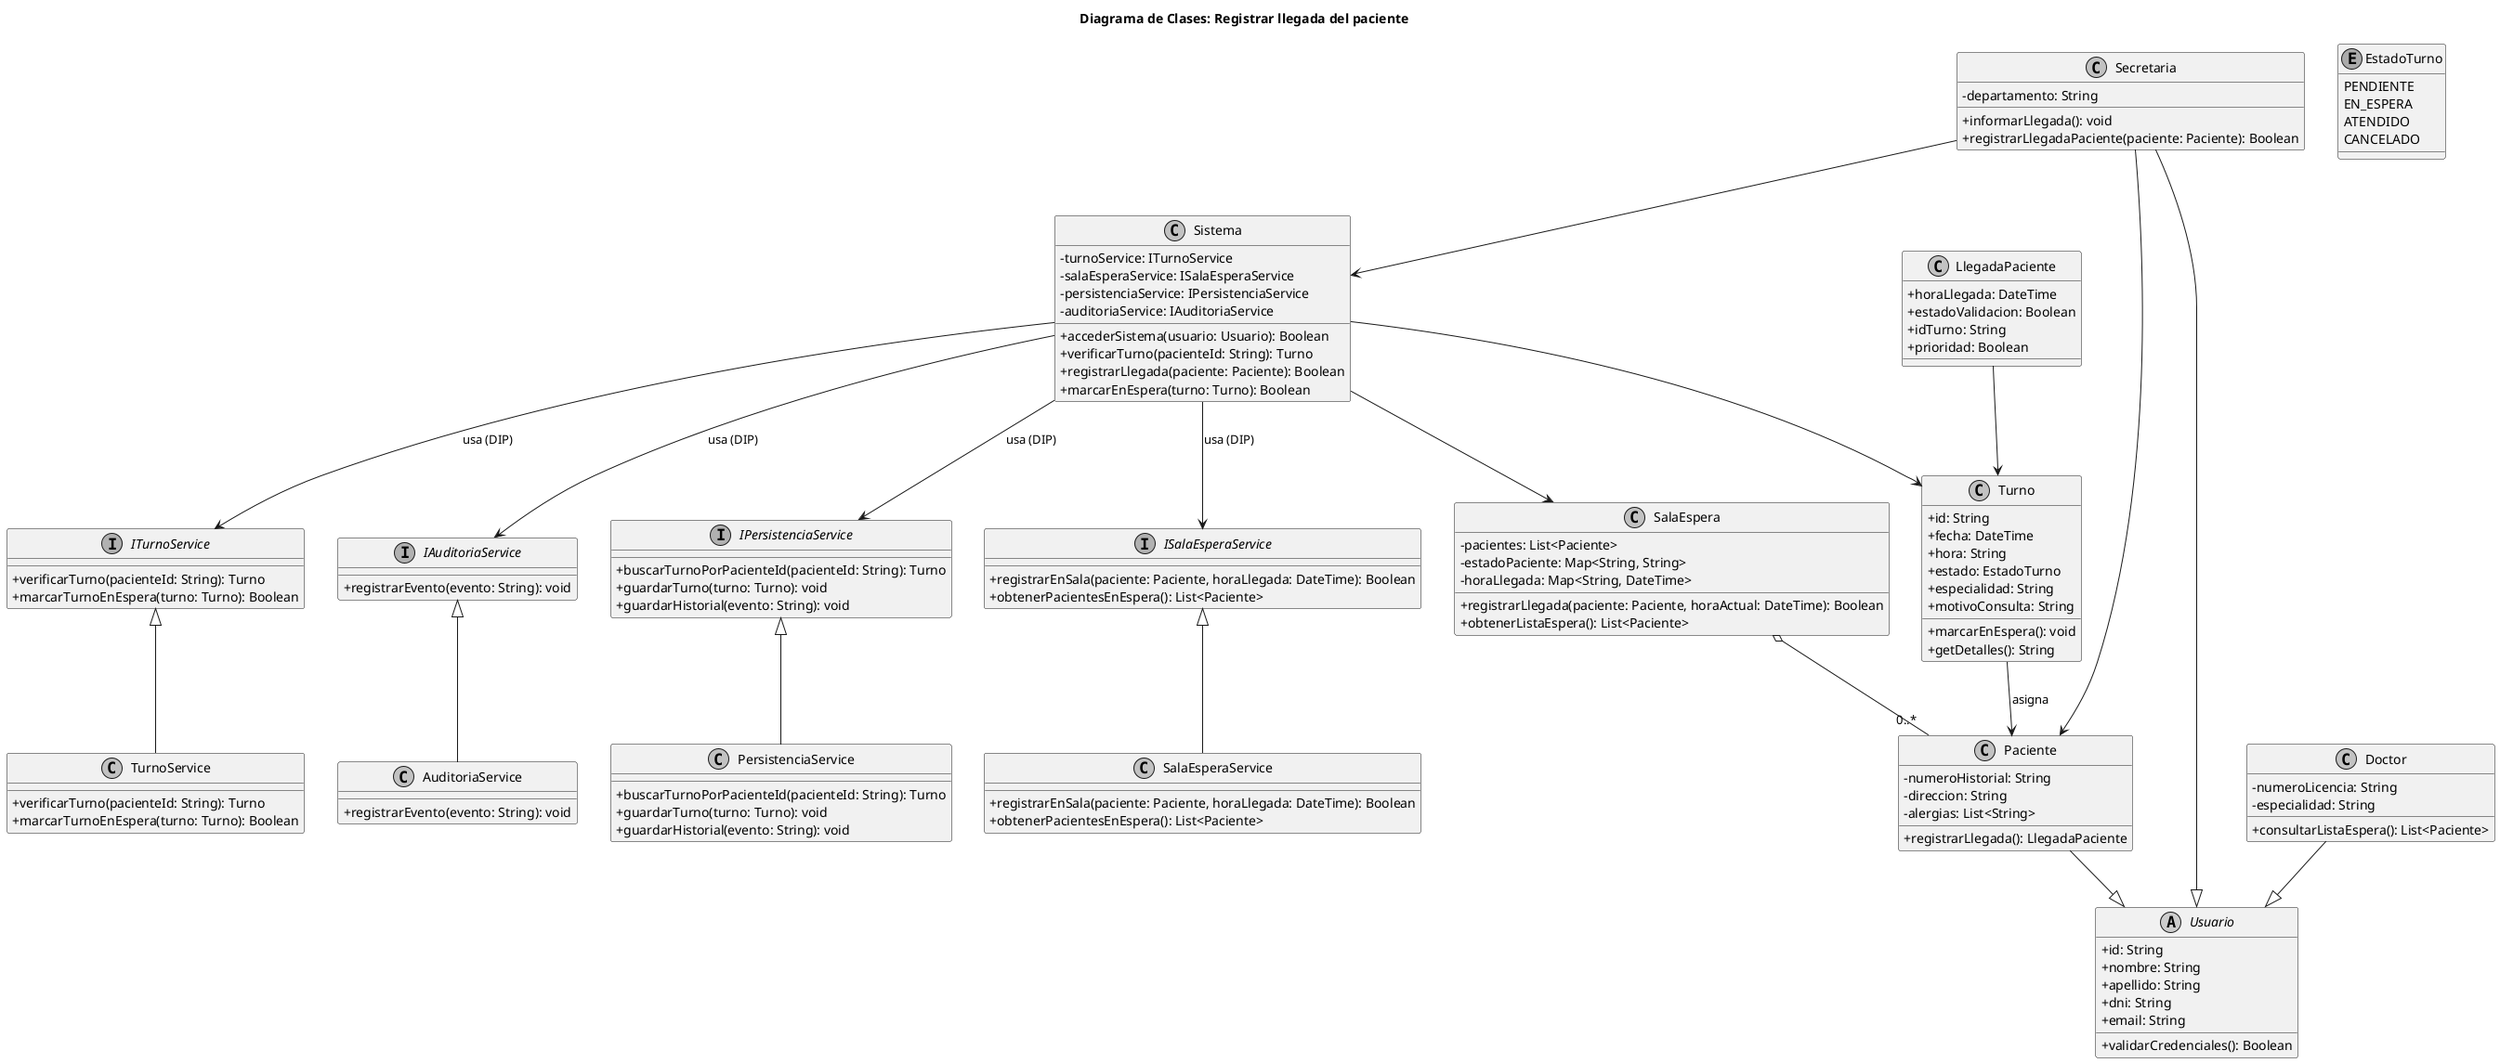
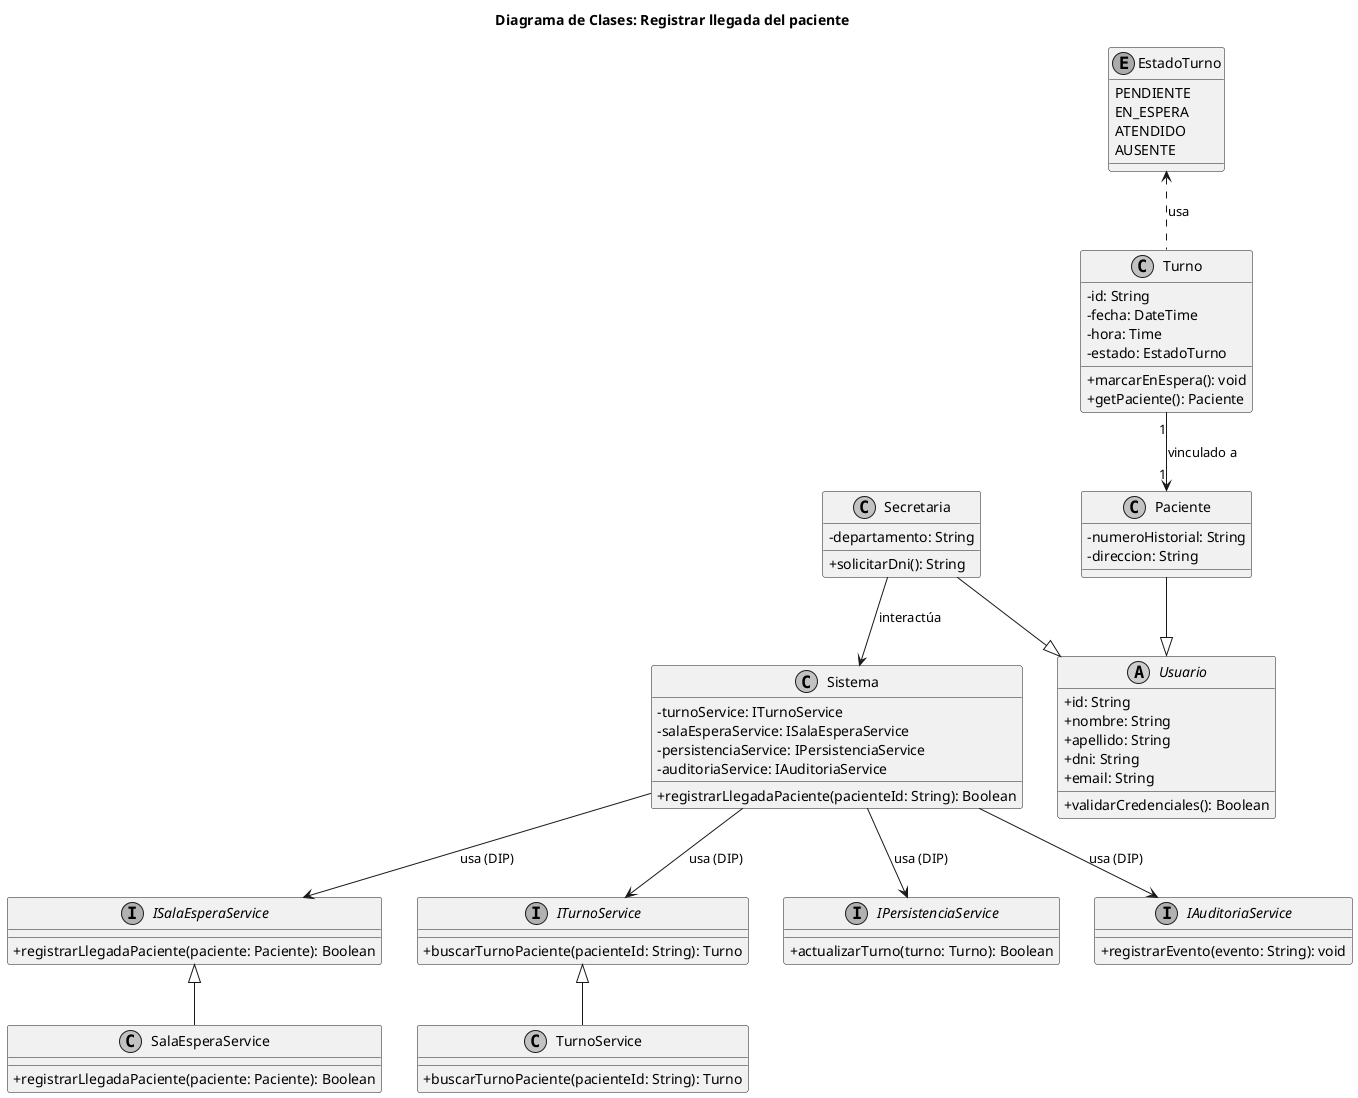
@startuml 02-clases-registrar-llegada-02
title Diagrama de Clases: Registrar llegada del paciente

skinparam classAttributeIconSize 0
skinparam monochrome true

abstract class Usuario {
    +id: String
    +nombre: String
    +apellido: String
    +dni: String
    +email: String
    +validarCredenciales(): Boolean
}

class Paciente {
    -numeroHistorial: String
    -direccion: String
-     -alergias: List<String>
-     +registrarLlegada(): LlegadaPaciente
}

class Secretaria {
    -departamento: String
-     +informarLlegada(): void
-     +registrarLlegadaPaciente(paciente: Paciente): Boolean
+     +solicitarDni(): String
}

- class Doctor {
-     -numeroLicencia: String
-     -especialidad: String
-     +consultarListaEspera(): List<Paciente>
+ class Turno {
+     -id: String
+     -fecha: DateTime
+     -hora: Time
+     -estado: EstadoTurno
+     +marcarEnEspera(): void
+     +getPaciente(): Paciente
}

enum EstadoTurno {
    PENDIENTE
    EN_ESPERA
    ATENDIDO
-     CANCELADO
- }
- 
- class Turno {
-     +id: String
-     +fecha: DateTime
-     +hora: String
-     +estado: EstadoTurno
-     +especialidad: String
-     +motivoConsulta: String
-     +marcarEnEspera(): void
-     +getDetalles(): String
- }
- 
- class SalaEspera {
-     -pacientes: List<Paciente>
-     -estadoPaciente: Map<String, String>
-     -horaLlegada: Map<String, DateTime>
-     +registrarLlegada(paciente: Paciente, horaActual: DateTime): Boolean
-     +obtenerListaEspera(): List<Paciente>
- }
- 
- class LlegadaPaciente {
-     +horaLlegada: DateTime
-     +estadoValidacion: Boolean
-     +idTurno: String
-     +prioridad: Boolean
+     AUSENTE
}

interface ITurnoService {
-     +verificarTurno(pacienteId: String): Turno
-     +marcarTurnoEnEspera(turno: Turno): Boolean
+     +buscarTurnoPaciente(pacienteId: String): Turno
}

interface ISalaEsperaService {
-     +registrarEnSala(paciente: Paciente, horaLlegada: DateTime): Boolean
-     +obtenerPacientesEnEspera(): List<Paciente>
+     +registrarLlegadaPaciente(paciente: Paciente): Boolean
}

interface IPersistenciaService {
-     +buscarTurnoPorPacienteId(pacienteId: String): Turno
-     +guardarTurno(turno: Turno): void
-     +guardarHistorial(evento: String): void
+     +actualizarTurno(turno: Turno): Boolean
}

interface IAuditoriaService {
    +registrarEvento(evento: String): void
}

class Sistema {
    -turnoService: ITurnoService
    -salaEsperaService: ISalaEsperaService
    -persistenciaService: IPersistenciaService
    -auditoriaService: IAuditoriaService
-     +accederSistema(usuario: Usuario): Boolean
-     +verificarTurno(pacienteId: String): Turno
-     +registrarLlegada(paciente: Paciente): Boolean
-     +marcarEnEspera(turno: Turno): Boolean
+     +registrarLlegadaPaciente(pacienteId: String): Boolean
}

class TurnoService {
-     +verificarTurno(pacienteId: String): Turno
-     +marcarTurnoEnEspera(turno: Turno): Boolean
+     +buscarTurnoPaciente(pacienteId: String): Turno
}

class SalaEsperaService {
-     +registrarEnSala(paciente: Paciente, horaLlegada: DateTime): Boolean
-     +obtenerPacientesEnEspera(): List<Paciente>
- }
- 
- class PersistenciaService {
-     +buscarTurnoPorPacienteId(pacienteId: String): Turno
-     +guardarTurno(turno: Turno): void
-     +guardarHistorial(evento: String): void
- }
- 
- class AuditoriaService {
-     +registrarEvento(evento: String): void
+     +registrarLlegadaPaciente(paciente: Paciente): Boolean
}

Paciente --|> Usuario
Secretaria --|> Usuario
- Doctor --|> Usuario
+ Turno "1" --> "1" Paciente : vinculado a
+ Turno .up.> EstadoTurno : usa

Sistema --> ITurnoService : usa (DIP)
Sistema --> ISalaEsperaService : usa (DIP)
Sistema --> IPersistenciaService : usa (DIP)
Sistema --> IAuditoriaService : usa (DIP)

TurnoService -up-|> ITurnoService
SalaEsperaService -up-|> ISalaEsperaService
- PersistenciaService -up-|> IPersistenciaService
- AuditoriaService -up-|> IAuditoriaService

- Sistema --> Turno
- Sistema --> SalaEspera
- SalaEspera o-- "0..*" Paciente
- Turno --> Paciente : asigna
- LlegadaPaciente --> Turno
- Secretaria --> Sistema
- Secretaria --> Paciente
- 
+ Secretaria --> Sistema : interactúa
@enduml
- 
